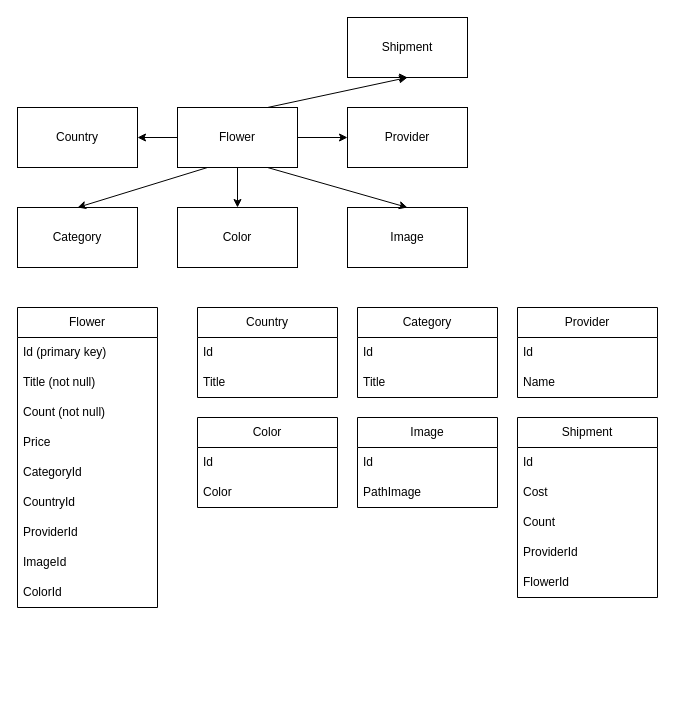
Above: Diagrams/FlowerShopDiagram.drawio in MarinaFriday/FlowerShop (draw.io), before the change. Source tidied: cells renumbered, new cells numbered last; positions are measured from the earlier drawing's top-left corner, leaving out a move shared by most shapes. Both pictures are drawn from the tidied source at 100%, with x=0, y=0 at pixel (17, 17).
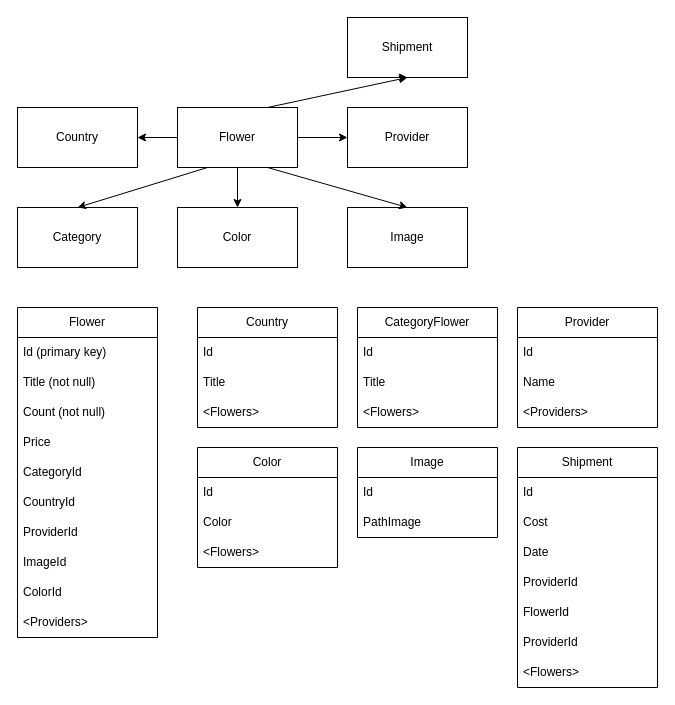
The same diagram, later.

What changed in the source:
```diff
@@
     <mxCell id="9" value="Flower" style="swimlane;fontStyle=0;horizontal=1;startSize=30;whiteSpace=wrap;html=1;" parent="1" vertex="1">
-      <mxGeometry y="290" width="140" height="300" as="geometry" />
+      <mxGeometry y="290" width="140" height="330" as="geometry" />
     </mxCell>
@@
+    <mxCell id="47" value="&amp;lt;Providers&amp;gt;" style="text;strokeColor=none;fillColor=none;align=left;verticalAlign=middle;spacingLeft=4;spacingRight=4;overflow=hidden;whiteSpace=wrap;html=1;" parent="9" vertex="1">
+      <mxGeometry y="300" width="140" height="30" as="geometry" />
+    </mxCell>
     <mxCell id="19" value="Country" style="swimlane;fontStyle=0;horizontal=1;startSize=30;whiteSpace=wrap;html=1;" parent="1" vertex="1">
-      <mxGeometry x="180" y="290" width="140" height="90" as="geometry" />
+      <mxGeometry x="180" y="290" width="140" height="120" as="geometry" />
     </mxCell>
@@
+    <mxCell id="48" value="&amp;lt;Flowers&amp;gt;" style="text;strokeColor=none;fillColor=none;align=left;verticalAlign=middle;spacingLeft=4;spacingRight=4;overflow=hidden;whiteSpace=wrap;html=1;" parent="19" vertex="1">
+      <mxGeometry y="90" width="140" height="30" as="geometry" />
+    </mxCell>
-    <mxCell id="22" value="Category" style="swimlane;fontStyle=0;horizontal=1;startSize=30;whiteSpace=wrap;html=1;" parent="1" vertex="1">
-      <mxGeometry x="340" y="290" width="140" height="90" as="geometry" />
+    <mxCell id="22" value="CategoryFlower" style="swimlane;fontStyle=0;horizontal=1;startSize=30;whiteSpace=wrap;html=1;" parent="1" vertex="1">
+      <mxGeometry x="340" y="290" width="140" height="120" as="geometry" />
     </mxCell>
@@
+    <mxCell id="49" value="&amp;lt;Flowers&amp;gt;" style="text;strokeColor=none;fillColor=none;align=left;verticalAlign=middle;spacingLeft=4;spacingRight=4;overflow=hidden;whiteSpace=wrap;html=1;" parent="22" vertex="1">
+      <mxGeometry y="90" width="140" height="30" as="geometry" />
+    </mxCell>
     <mxCell id="25" value="Provider" style="swimlane;fontStyle=0;horizontal=1;startSize=30;whiteSpace=wrap;html=1;" parent="1" vertex="1">
-      <mxGeometry x="500" y="290" width="140" height="90" as="geometry" />
+      <mxGeometry x="500" y="290" width="140" height="120" as="geometry" />
     </mxCell>
@@
+    <mxCell id="50" value="&amp;lt;Providers&amp;gt;" style="text;strokeColor=none;fillColor=none;align=left;verticalAlign=middle;spacingLeft=4;spacingRight=4;overflow=hidden;whiteSpace=wrap;html=1;" parent="25" vertex="1">
+      <mxGeometry y="90" width="140" height="30" as="geometry" />
+    </mxCell>
@@
     <mxCell id="30" value="Color" style="swimlane;fontStyle=0;horizontal=1;startSize=30;whiteSpace=wrap;html=1;" parent="1" vertex="1">
-      <mxGeometry x="180" y="400" width="140" height="90" as="geometry" />
+      <mxGeometry x="180" y="430" width="140" height="120" as="geometry" />
     </mxCell>
@@
+    <mxCell id="51" value="&amp;lt;Flowers&amp;gt;" style="text;strokeColor=none;fillColor=none;align=left;verticalAlign=middle;spacingLeft=4;spacingRight=4;overflow=hidden;whiteSpace=wrap;html=1;" parent="30" vertex="1">
+      <mxGeometry y="90" width="140" height="30" as="geometry" />
+    </mxCell>
     <mxCell id="33" value="Image" style="swimlane;fontStyle=0;horizontal=1;startSize=30;whiteSpace=wrap;html=1;" parent="1" vertex="1">
-      <mxGeometry x="340" y="400" width="140" height="90" as="geometry" />
+      <mxGeometry x="340" y="430" width="140" height="90" as="geometry" />
     </mxCell>
@@
     <mxCell id="41" value="Shipment" style="swimlane;fontStyle=0;horizontal=1;startSize=30;whiteSpace=wrap;html=1;" parent="1" vertex="1">
-      <mxGeometry x="500" y="400" width="140" height="180" as="geometry" />
+      <mxGeometry x="500" y="430" width="140" height="240" as="geometry" />
     </mxCell>
@@
-    <mxCell id="44" value="Count" style="text;strokeColor=none;fillColor=none;align=left;verticalAlign=middle;spacingLeft=4;spacingRight=4;overflow=hidden;whiteSpace=wrap;html=1;" parent="41" vertex="1">
+    <mxCell id="44" value="Date" style="text;strokeColor=none;fillColor=none;align=left;verticalAlign=middle;spacingLeft=4;spacingRight=4;overflow=hidden;whiteSpace=wrap;html=1;" parent="41" vertex="1">
       <mxGeometry y="90" width="140" height="30" as="geometry" />
     </mxCell>
@@
+    <mxCell id="52" value="ProviderId" style="text;strokeColor=none;fillColor=none;align=left;verticalAlign=middle;spacingLeft=4;spacingRight=4;overflow=hidden;whiteSpace=wrap;html=1;" parent="41" vertex="1">
+      <mxGeometry y="180" width="140" height="30" as="geometry" />
+    </mxCell>
+    <mxCell id="53" value="&amp;lt;Flowers&amp;gt;" style="text;strokeColor=none;fillColor=none;align=left;verticalAlign=middle;spacingLeft=4;spacingRight=4;overflow=hidden;whiteSpace=wrap;html=1;" parent="41" vertex="1">
+      <mxGeometry y="210" width="140" height="30" as="geometry" />
+    </mxCell>
```
